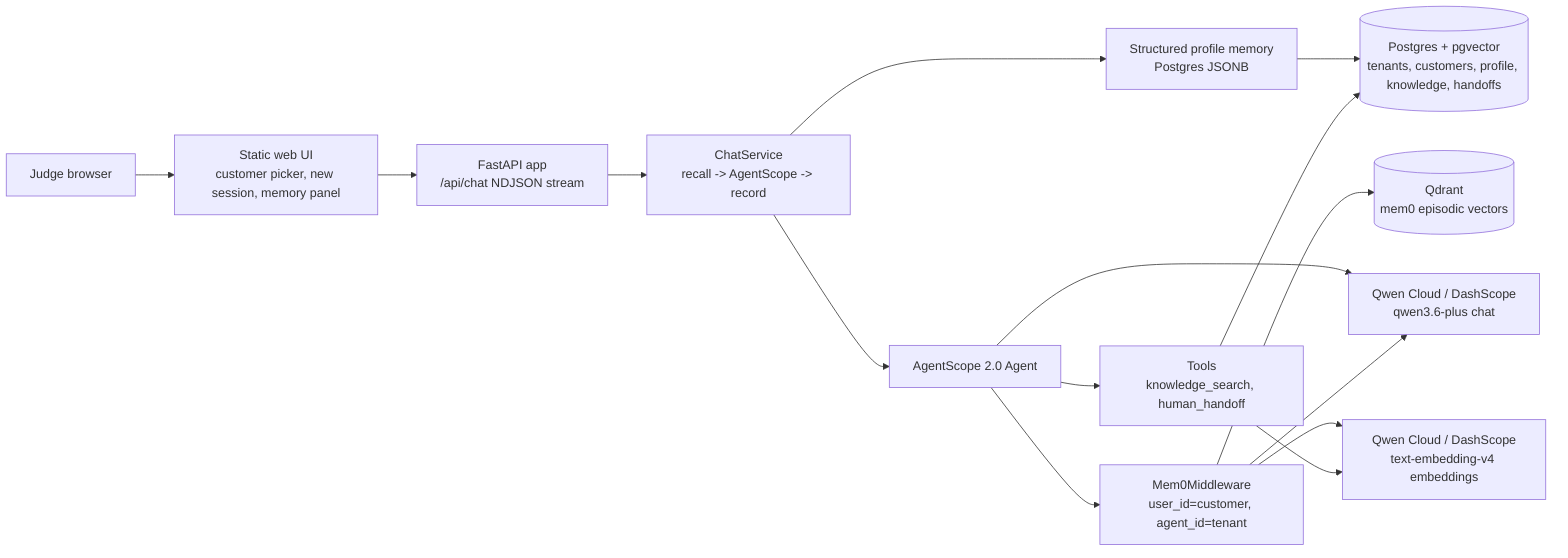
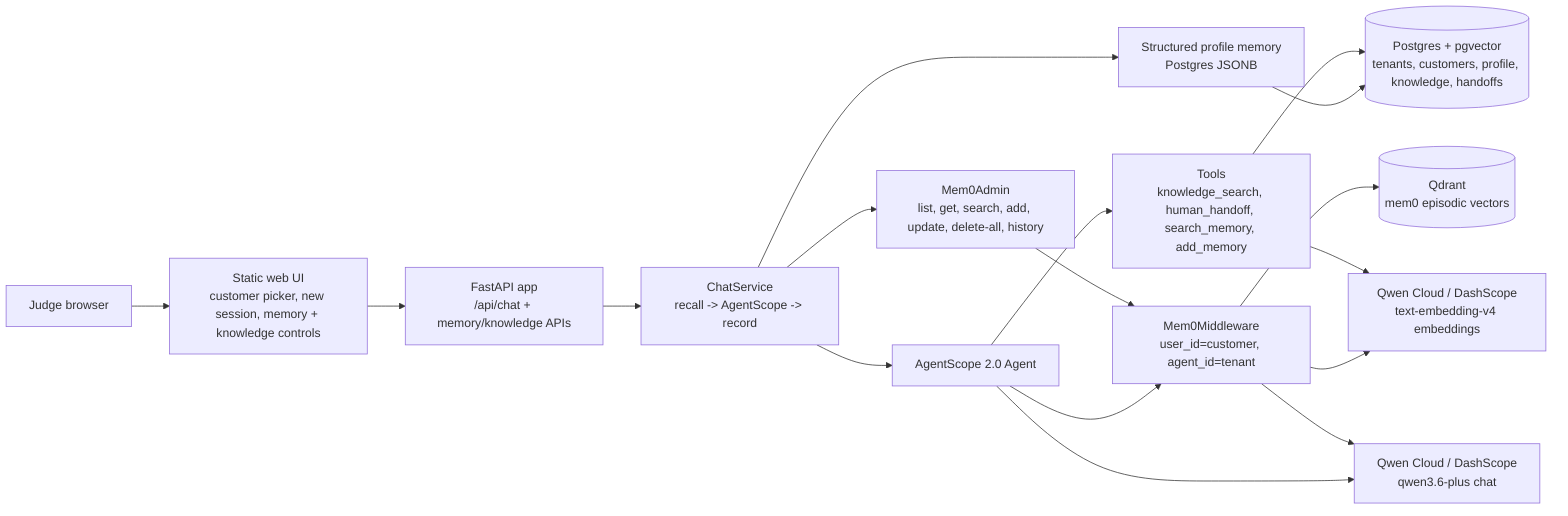
flowchart LR
  Judge["Judge browser"]
-   UI["Static web UI\ncustomer picker, new session, memory panel"]
-   API["FastAPI app\n/api/chat NDJSON stream"]
+   UI["Static web UI\ncustomer picker, new session, memory + knowledge controls"]
+   API["FastAPI app\n/api/chat + memory/knowledge APIs"]
  Service["ChatService\nrecall -> AgentScope -> record"]
  Profile["Structured profile memory\nPostgres JSONB"]
  Agent["AgentScope 2.0 Agent"]
  Mem0["Mem0Middleware\nuser_id=customer, agent_id=tenant"]
  Qdrant[("Qdrant\nmem0 episodic vectors")]
-   Tools["Tools\nknowledge_search, human_handoff"]
+   Mem0Admin["Mem0Admin\nlist, get, search, add, update, delete-all, history"]
+   Tools["Tools\nknowledge_search, human_handoff, search_memory, add_memory"]
  PG[("Postgres + pgvector\ntenants, customers, profile, knowledge, handoffs")]
  QwenChat["Qwen Cloud / DashScope\nqwen3.6-plus chat"]
  QwenEmbed["Qwen Cloud / DashScope\ntext-embedding-v4 embeddings"]

  Judge --> UI
  UI --> API
  API --> Service
  Service --> Profile
  Service --> Agent
+   Service --> Mem0Admin
  Profile --> PG
  Agent --> Mem0
+   Mem0Admin --> Mem0
  Mem0 --> Qdrant
  Agent --> Tools
  Agent --> QwenChat
  Mem0 --> QwenChat
  Mem0 --> QwenEmbed
  Tools --> PG
  Tools --> QwenEmbed
